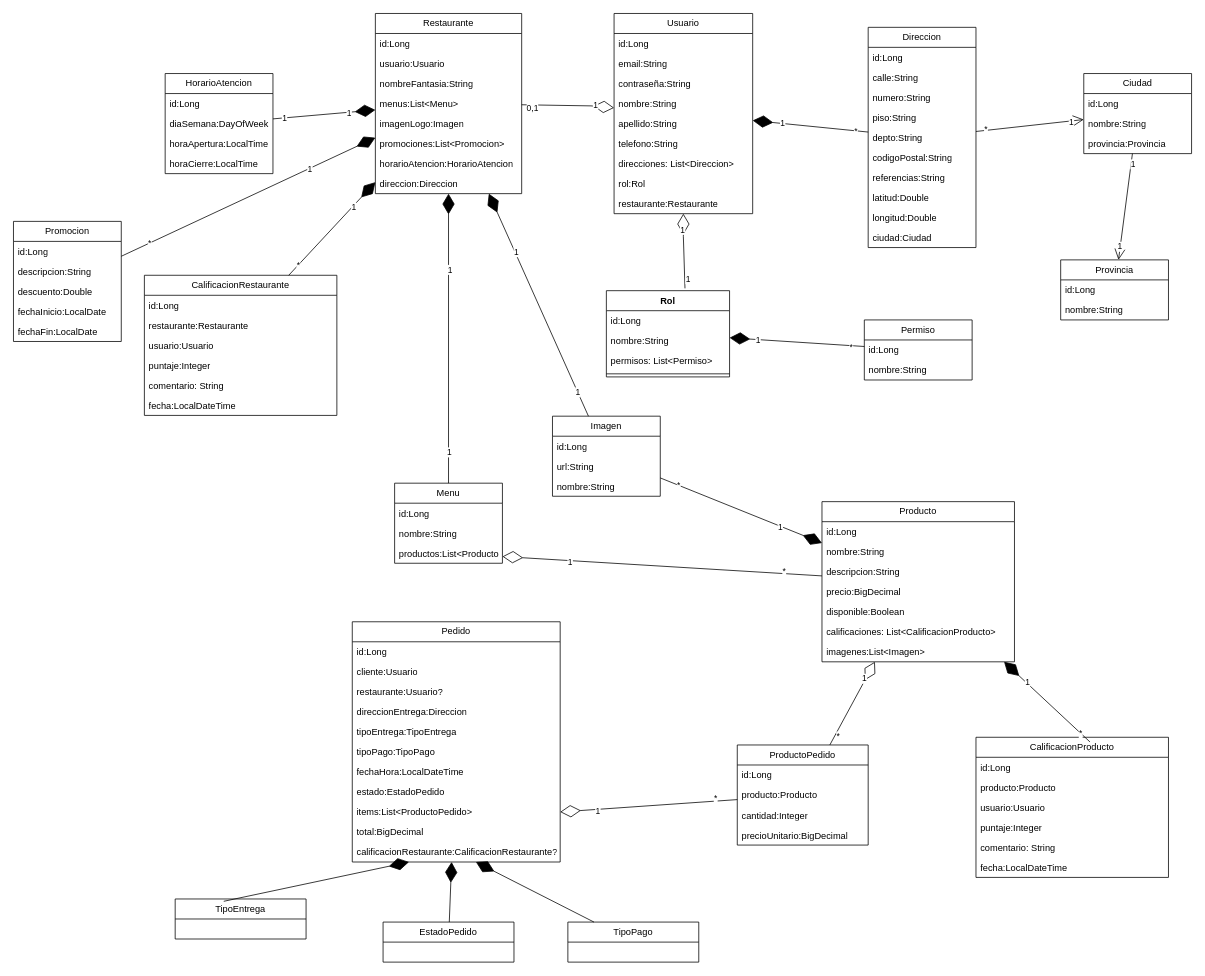
Before: mordisco-api/doc/mordisco-uml.drawio in burgosfacundo/mordisco-app, a draw.io diagram. Source tidied: cells renumbered, new cells numbered last; positions are measured from the earlier drawing's top-left corner, leaving out a move shared by most shapes. Both pictures are drawn from the tidied source at 77%, with x=0, y=0 at pixel (13, 13).
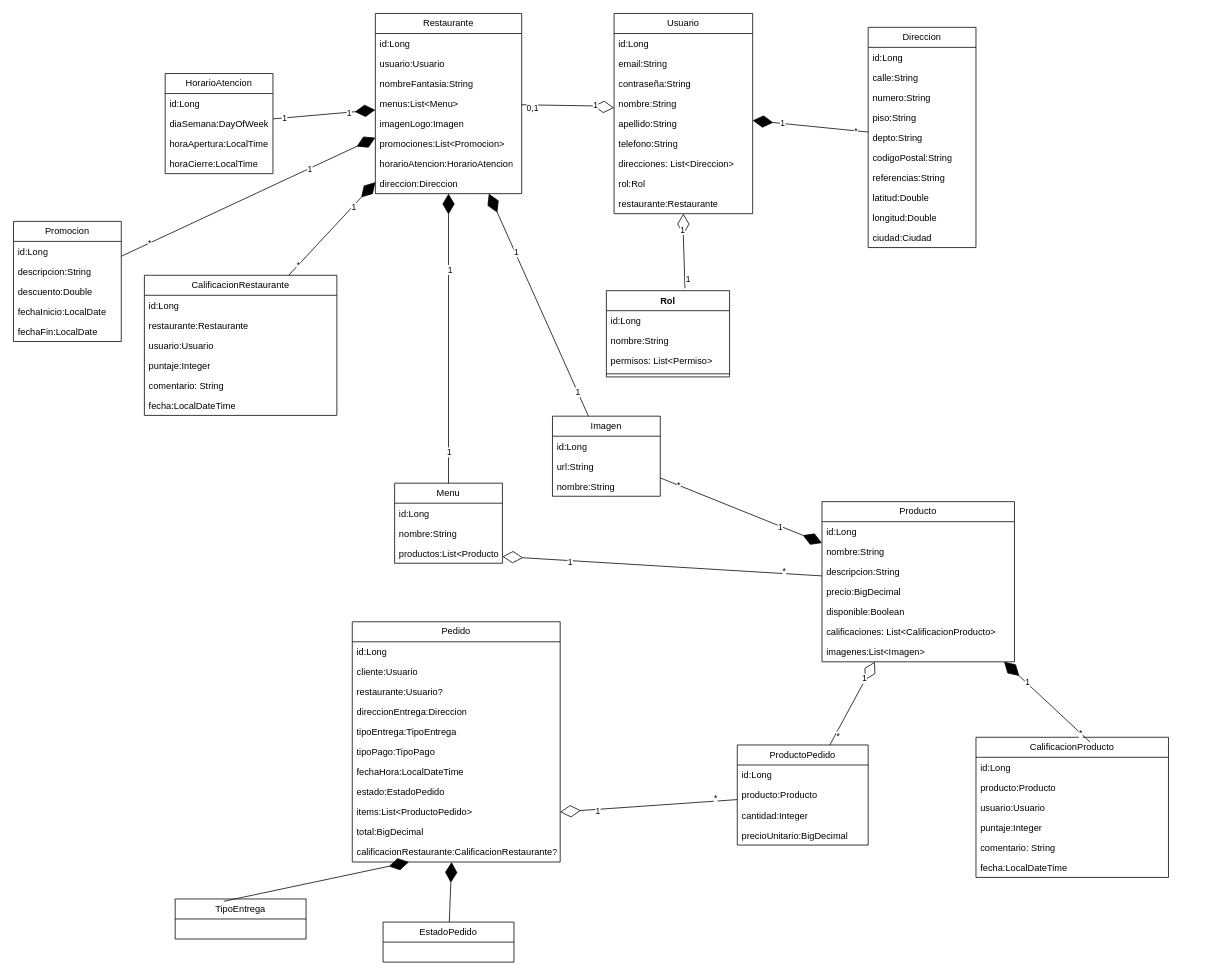
The same page after the edit.

Commit message:
Modifico uml

Unchanged cells that the change refers to:
```xml
<mxCell id="12" value="Direccion" style="swimlane;fontStyle=0;horizontal=1;startSize=26;fillColor=none;whiteSpace=wrap;html=1;" parent="1" vertex="1">
  <mxGeometry x="1110" y="18" width="140" height="286" as="geometry" />
</mxCell>
<mxCell id="23" value="Rol" style="swimlane;fontStyle=1;align=center;verticalAlign=top;horizontal=1;startSize=26;whiteSpace=wrap;html=1;" parent="1" vertex="1">
  <mxGeometry x="770" y="360" width="160" height="112" as="geometry" />
</mxCell>
<mxCell id="81" value="calificacionRestaurante:CalificacionRestaurante?" style="text;strokeColor=none;fillColor=none;align=left;verticalAlign=top;spacingLeft=4;spacingRight=4;overflow=hidden;points=[[0,0.5],[1,0.5]];portConstraint=eastwest;whiteSpace=wrap;html=1;" parent="70" vertex="1">
  <mxGeometry y="286" width="270" height="26" as="geometry" />
</mxCell>
```

What changed in the source:
```diff
@@
-    <mxCell id="28" value="Permiso" style="swimlane;fontStyle=0;horizontal=1;startSize=26;fillColor=none;whiteSpace=wrap;html=1;" parent="1" vertex="1">
-      <mxGeometry x="1105" y="398" width="140" height="78" as="geometry" />
-    </mxCell>
-    <mxCell id="29" value="id:Long" style="text;strokeColor=none;fillColor=none;align=left;verticalAlign=top;spacingLeft=4;spacingRight=4;overflow=hidden;whiteSpace=wrap;html=1;" parent="28" vertex="1">
-      <mxGeometry y="26" width="140" height="26" as="geometry" />
-    </mxCell>
-    <mxCell id="30" value="nombre:String" style="text;strokeColor=none;fillColor=none;align=left;verticalAlign=top;spacingLeft=4;spacingRight=4;overflow=hidden;whiteSpace=wrap;html=1;" parent="28" vertex="1">
-      <mxGeometry y="52" width="140" height="26" as="geometry" />
-    </mxCell>
-    <mxCell id="31" value="Ciudad" style="swimlane;fontStyle=0;horizontal=1;startSize=26;fillColor=none;whiteSpace=wrap;html=1;" parent="1" vertex="1">
-      <mxGeometry x="1390" y="78" width="140" height="104" as="geometry" />
-    </mxCell>
-    <mxCell id="32" value="id:Long" style="text;strokeColor=none;fillColor=none;align=left;verticalAlign=top;spacingLeft=4;spacingRight=4;overflow=hidden;whiteSpace=wrap;html=1;" parent="31" vertex="1">
-      <mxGeometry y="26" width="140" height="26" as="geometry" />
-    </mxCell>
-    <mxCell id="33" value="nombre:String" style="text;strokeColor=none;fillColor=none;align=left;verticalAlign=top;spacingLeft=4;spacingRight=4;overflow=hidden;whiteSpace=wrap;html=1;" parent="31" vertex="1">
-      <mxGeometry y="52" width="140" height="26" as="geometry" />
-    </mxCell>
-    <mxCell id="34" value="provincia:Provincia" style="text;strokeColor=none;fillColor=none;align=left;verticalAlign=top;spacingLeft=4;spacingRight=4;overflow=hidden;whiteSpace=wrap;html=1;" parent="31" vertex="1">
-      <mxGeometry y="78" width="140" height="26" as="geometry" />
-    </mxCell>
-    <mxCell id="35" value="Provincia" style="swimlane;fontStyle=0;horizontal=1;startSize=26;fillColor=none;whiteSpace=wrap;html=1;" parent="1" vertex="1">
-      <mxGeometry x="1360" y="320" width="140" height="78" as="geometry" />
-    </mxCell>
-    <mxCell id="36" value="id:Long" style="text;strokeColor=none;fillColor=none;align=left;verticalAlign=top;spacingLeft=4;spacingRight=4;overflow=hidden;whiteSpace=wrap;html=1;" parent="35" vertex="1">
-      <mxGeometry y="26" width="140" height="26" as="geometry" />
-    </mxCell>
-    <mxCell id="37" value="nombre:String" style="text;strokeColor=none;fillColor=none;align=left;verticalAlign=top;spacingLeft=4;spacingRight=4;overflow=hidden;whiteSpace=wrap;html=1;" parent="35" vertex="1">
-      <mxGeometry y="52" width="140" height="26" as="geometry" />
-    </mxCell>
@@
-    <mxCell id="41" style="endArrow=open;endFill=1;endSize=12;html=1;rounded=0;" parent="1" edge="1" source="12" target="31">
-      <mxGeometry relative="1" as="geometry" />
-    </mxCell>
-    <mxCell id="42" value="*" style="edgeLabel;html=1;align=center;verticalAlign=middle;" parent="41" vertex="1">
-      <mxGeometry x="-0.82" y="2" relative="1" as="geometry" />
-    </mxCell>
-    <mxCell id="43" value="1" style="edgeLabel;html=1;align=center;verticalAlign=middle;" parent="41" vertex="1">
-      <mxGeometry x="0.76" y="-1" relative="1" as="geometry" />
-    </mxCell>
@@
-    <mxCell id="91" value="TipoPago" style="swimlane;fontStyle=0;horizontal=1;startSize=26;fillColor=none;whiteSpace=wrap;html=1;" parent="1" vertex="1">
-      <mxGeometry x="720" y="1180" width="170" height="52" as="geometry" />
-    </mxCell>
@@
-    <mxCell id="94" style="endArrow=diamondThin;endFill=1;endSize=24;html=1;rounded=0;" parent="1" edge="1" source="91" target="81">
-      <mxGeometry relative="1" as="geometry" />
-    </mxCell>
@@
-    <mxCell id="129" style="endArrow=diamondThin;endFill=1;endSize=24;html=1;rounded=0;" parent="1" edge="1" source="28" target="23">
-      <mxGeometry relative="1" as="geometry" />
-    </mxCell>
-    <mxCell id="130" value="1" style="edgeLabel;html=1;align=center;verticalAlign=middle;" parent="129" vertex="1">
-      <mxGeometry x="0.59" y="1" relative="1" as="geometry" />
-    </mxCell>
-    <mxCell id="131" value="*" style="edgeLabel;html=1;align=center;verticalAlign=middle;" parent="129" vertex="1">
-      <mxGeometry x="-0.81" y="1" relative="1" as="geometry" />
-    </mxCell>
-    <mxCell id="132" style="endArrow=open;endFill=1;endSize=12;html=1;rounded=0;" parent="1" edge="1" source="31" target="35">
-      <mxGeometry relative="1" as="geometry" />
-    </mxCell>
-    <mxCell id="133" value="1" style="edgeLabel;html=1;align=center;verticalAlign=middle;" parent="132" vertex="1">
-      <mxGeometry x="-0.82" y="2" relative="1" as="geometry" />
-    </mxCell>
-    <mxCell id="134" value="1" style="edgeLabel;html=1;align=center;verticalAlign=middle;" parent="132" vertex="1">
-      <mxGeometry x="0.76" y="-1" relative="1" as="geometry" />
-    </mxCell>
```
